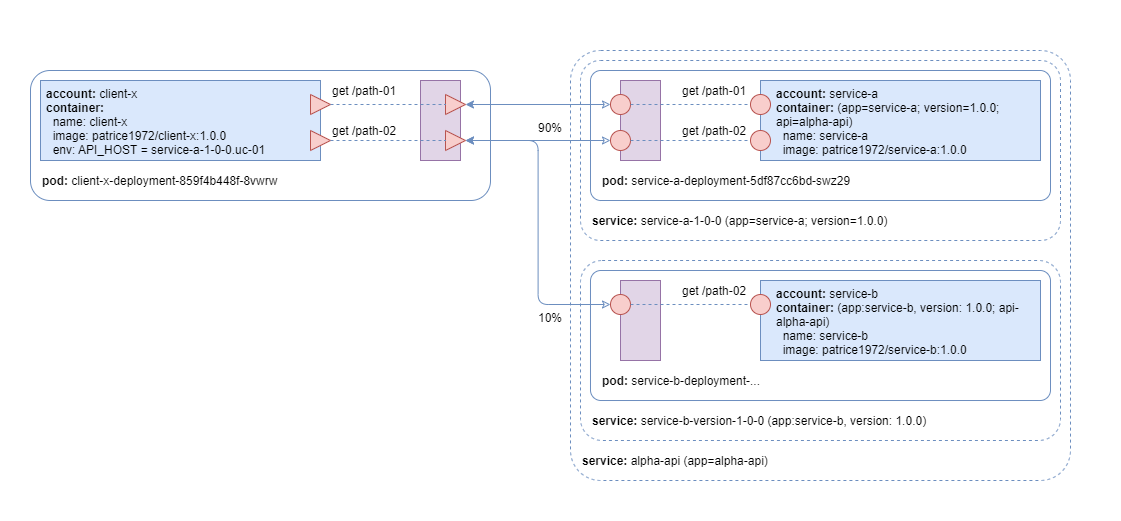
patricekrakow/service-mesh-use-cases keeps this draw.io diagram as uc-01.02.fig-03.png. Above is the earlier version. Source tidied: cells renumbered, new cells last; positions are measured from the earlier drawing's top-left corner, leaving out a move shared by most shapes. Source of this version:
```xml
<mxGraphModel>
  <root>
    <mxCell id="0" />
    <mxCell id="1" parent="0" />
    <mxCell id="2" style="rounded=0;whiteSpace=wrap;html=1;fillColor=none;strokeColor=none;" parent="1" vertex="1">
      <mxGeometry width="1120" height="520" as="geometry" />
    </mxCell>
    <mxCell id="3" style="rounded=1;whiteSpace=wrap;html=1;strokeColor=#6c8ebf;fillColor=none;dashed=1;arcSize=7;" parent="1" vertex="1">
      <mxGeometry x="570" y="50" width="500" height="430" as="geometry" />
    </mxCell>
    <mxCell id="4" style="rounded=1;whiteSpace=wrap;html=1;strokeColor=#6c8ebf;fillColor=none;dashed=1;arcSize=12;" parent="1" vertex="1">
      <mxGeometry x="580" y="260" width="480" height="180" as="geometry" />
    </mxCell>
    <mxCell id="5" style="rounded=1;whiteSpace=wrap;html=1;strokeColor=#6c8ebf;fillColor=none;arcSize=8;" parent="1" vertex="1">
      <mxGeometry x="590" y="270" width="460" height="130" as="geometry" />
    </mxCell>
    <mxCell id="6" value="&lt;blockquote style=&quot;margin: 0 0 0 40px ; border: none ; padding: 0px&quot;&gt;&lt;/blockquote&gt;&lt;b&gt;account:&lt;/b&gt;&amp;nbsp;service-b&lt;br&gt;&lt;b&gt;container:&lt;/b&gt;&amp;nbsp;(app:service-b, version: 1.0.0; api-alpha-api)&lt;br&gt;&amp;nbsp; name: service-b&lt;br&gt;&lt;blockquote style=&quot;margin: 0 0 0 40px ; border: none ; padding: 0px&quot;&gt;&lt;/blockquote&gt;&amp;nbsp; image:&amp;nbsp;patrice1972/service-b:1.0.0" style="rounded=0;whiteSpace=wrap;html=1;fillColor=#dae8fc;strokeColor=#6c8ebf;align=left;labelPosition=center;verticalLabelPosition=middle;verticalAlign=top;spacingLeft=14;" parent="1" vertex="1">
      <mxGeometry x="760" y="280" width="280" height="80" as="geometry" />
    </mxCell>
    <mxCell id="7" value="get /path-02" style="text;html=1;strokeColor=none;fillColor=none;align=left;verticalAlign=middle;whiteSpace=wrap;rounded=0;dashed=1;" parent="1" vertex="1">
      <mxGeometry x="680" y="280" width="80" height="20" as="geometry" />
    </mxCell>
    <mxCell id="8" style="ellipse;whiteSpace=wrap;html=1;fillColor=#f8cecc;strokeColor=#b85450;" parent="1" vertex="1">
      <mxGeometry x="750" y="294" width="20" height="20" as="geometry" />
    </mxCell>
    <mxCell id="9" style="rounded=0;whiteSpace=wrap;html=1;fillColor=#e1d5e7;strokeColor=#9673a6;" parent="1" vertex="1">
      <mxGeometry x="620" y="280" width="40" height="80" as="geometry" />
    </mxCell>
    <mxCell id="10" style="ellipse;whiteSpace=wrap;html=1;fillColor=#f8cecc;strokeColor=#b85450;" parent="1" vertex="1">
      <mxGeometry x="610" y="294" width="20" height="20" as="geometry" />
    </mxCell>
    <mxCell id="11" style="endArrow=none;html=1;fillColor=#dae8fc;strokeColor=#6c8ebf;dashed=1;exitX=1;exitY=0.5;exitDx=0;exitDy=0;entryX=0;entryY=0.5;entryDx=0;entryDy=0;" parent="1" edge="1" source="10" target="8">
      <mxGeometry relative="1" as="geometry" />
    </mxCell>
    <mxCell id="12" value="&lt;b&gt;pod:&lt;/b&gt;&amp;nbsp;service-b-deployment-..." style="text;html=1;strokeColor=none;fillColor=none;align=left;verticalAlign=middle;whiteSpace=wrap;rounded=0;dashed=1;" parent="1" vertex="1">
      <mxGeometry x="600" y="370" width="280" height="20" as="geometry" />
    </mxCell>
    <mxCell id="13" value="&lt;b&gt;service:&lt;/b&gt;&amp;nbsp;service-b-version-1-0-0 (app:service-b, version: 1.0.0)" style="text;html=1;strokeColor=none;fillColor=none;align=left;verticalAlign=middle;whiteSpace=wrap;rounded=0;dashed=1;" parent="1" vertex="1">
      <mxGeometry x="590" y="410" width="370" height="20" as="geometry" />
    </mxCell>
    <mxCell id="14" style="rounded=0;whiteSpace=wrap;html=1;fillColor=#e1d5e7;strokeColor=#9673a6;" parent="1" vertex="1">
      <mxGeometry x="420" y="80" width="40" height="80" as="geometry" />
    </mxCell>
    <mxCell id="15" style="rounded=1;whiteSpace=wrap;html=1;strokeColor=#6c8ebf;fillColor=none;" parent="1" vertex="1">
      <mxGeometry x="30" y="70" width="460" height="130" as="geometry" />
    </mxCell>
    <mxCell id="16" value="&lt;b&gt;account:&lt;/b&gt;&amp;nbsp;client-x&lt;br&gt;&lt;b&gt;container:&lt;/b&gt;&lt;br&gt;&amp;nbsp; name: client-x&lt;br&gt;&lt;blockquote style=&quot;margin: 0px 0px 0px 40px ; border: none ; padding: 0px&quot;&gt;&lt;/blockquote&gt;&amp;nbsp; image:&amp;nbsp;patrice1972/client-x:1.0.0&lt;br&gt;&amp;nbsp; env:&amp;nbsp;API_HOST = service-a-1-0-0.uc-01&lt;blockquote style=&quot;margin: 0 0 0 40px ; border: none ; padding: 0px&quot;&gt;&lt;/blockquote&gt;" style="rounded=0;whiteSpace=wrap;html=1;fillColor=#dae8fc;strokeColor=#6c8ebf;align=left;labelPosition=center;verticalLabelPosition=middle;verticalAlign=top;spacingLeft=4;" parent="1" vertex="1">
      <mxGeometry x="40" y="80" width="280" height="80" as="geometry" />
    </mxCell>
    <mxCell id="17" style="triangle;whiteSpace=wrap;html=1;fillColor=#f8cecc;strokeColor=#b85450;" parent="1" vertex="1">
      <mxGeometry x="310" y="94" width="20" height="20" as="geometry" />
    </mxCell>
    <mxCell id="18" style="triangle;whiteSpace=wrap;html=1;fillColor=#f8cecc;strokeColor=#b85450;" parent="1" vertex="1">
      <mxGeometry x="310" y="130" width="20" height="20" as="geometry" />
    </mxCell>
    <mxCell id="19" value="get /path-01" style="text;html=1;strokeColor=none;fillColor=none;align=left;verticalAlign=middle;whiteSpace=wrap;rounded=0;dashed=1;" parent="1" vertex="1">
      <mxGeometry x="330" y="80" width="80" height="20" as="geometry" />
    </mxCell>
    <mxCell id="20" value="get /path-02" style="text;html=1;strokeColor=none;fillColor=none;align=left;verticalAlign=middle;whiteSpace=wrap;rounded=0;dashed=1;" parent="1" vertex="1">
      <mxGeometry x="330" y="120" width="80" height="20" as="geometry" />
    </mxCell>
    <mxCell id="21" style="triangle;whiteSpace=wrap;html=1;fillColor=#f8cecc;strokeColor=#b85450;" parent="1" vertex="1">
      <mxGeometry x="445" y="130" width="20" height="20" as="geometry" />
    </mxCell>
    <mxCell id="22" value="&lt;b&gt;pod:&lt;/b&gt;&amp;nbsp;client-x-deployment-859f4b448f-8vwrw" style="text;html=1;strokeColor=none;fillColor=none;align=left;verticalAlign=middle;whiteSpace=wrap;rounded=0;dashed=1;" parent="1" vertex="1">
      <mxGeometry x="40" y="170" width="280" height="20" as="geometry" />
    </mxCell>
    <mxCell id="23" style="rounded=1;whiteSpace=wrap;html=1;strokeColor=#6c8ebf;fillColor=none;dashed=1;arcSize=11;" parent="1" vertex="1">
      <mxGeometry x="580" y="60" width="480" height="180" as="geometry" />
    </mxCell>
    <mxCell id="24" style="rounded=1;whiteSpace=wrap;html=1;strokeColor=#6c8ebf;fillColor=none;arcSize=8;" parent="1" vertex="1">
      <mxGeometry x="590" y="70" width="460" height="130" as="geometry" />
    </mxCell>
    <mxCell id="25" value="&lt;b&gt;account:&lt;/b&gt;&amp;nbsp;service-a&lt;br&gt;&lt;b&gt;container:&amp;nbsp;&lt;/b&gt;(app=service-a; version=1.0.0; api=alpha-api)&lt;br&gt;&amp;nbsp; name: service-a&lt;br&gt;&lt;blockquote style=&quot;margin: 0px 0px 0px 40px ; border: none ; padding: 0px&quot;&gt;&lt;/blockquote&gt;&amp;nbsp; image:&amp;nbsp;patrice1972/service-a:1.0.0&lt;br&gt;&lt;blockquote style=&quot;margin: 0 0 0 40px ; border: none ; padding: 0px&quot;&gt;&lt;/blockquote&gt;" style="rounded=0;whiteSpace=wrap;html=1;fillColor=#dae8fc;strokeColor=#6c8ebf;align=left;labelPosition=center;verticalLabelPosition=middle;verticalAlign=top;spacingLeft=14;" parent="1" vertex="1">
      <mxGeometry x="760" y="80" width="280" height="80" as="geometry" />
    </mxCell>
    <mxCell id="26" value="get /path-01" style="text;html=1;strokeColor=none;fillColor=none;align=left;verticalAlign=middle;whiteSpace=wrap;rounded=0;dashed=1;" parent="1" vertex="1">
      <mxGeometry x="680" y="80" width="80" height="20" as="geometry" />
    </mxCell>
    <mxCell id="27" value="get /path-02" style="text;html=1;strokeColor=none;fillColor=none;align=left;verticalAlign=middle;whiteSpace=wrap;rounded=0;dashed=1;" parent="1" vertex="1">
      <mxGeometry x="680" y="120" width="80" height="20" as="geometry" />
    </mxCell>
    <mxCell id="28" value="&lt;b&gt;pod:&lt;/b&gt;&amp;nbsp;service-a-deployment-5df87cc6bd-swz29" style="text;html=1;strokeColor=none;fillColor=none;align=left;verticalAlign=middle;whiteSpace=wrap;rounded=0;dashed=1;" parent="1" vertex="1">
      <mxGeometry x="600" y="170" width="280" height="20" as="geometry" />
    </mxCell>
    <mxCell id="29" value="&lt;b&gt;service:&lt;/b&gt;&amp;nbsp;service-a-1-0-0 (app=service-a; version=1.0.0)" style="text;html=1;strokeColor=none;fillColor=none;align=left;verticalAlign=middle;whiteSpace=wrap;rounded=0;dashed=1;" parent="1" vertex="1">
      <mxGeometry x="590" y="210" width="370" height="20" as="geometry" />
    </mxCell>
    <mxCell id="30" style="ellipse;whiteSpace=wrap;html=1;fillColor=#f8cecc;strokeColor=#b85450;" parent="1" vertex="1">
      <mxGeometry x="750" y="94" width="20" height="20" as="geometry" />
    </mxCell>
    <mxCell id="31" style="ellipse;whiteSpace=wrap;html=1;fillColor=#f8cecc;strokeColor=#b85450;" parent="1" vertex="1">
      <mxGeometry x="750" y="130" width="20" height="20" as="geometry" />
    </mxCell>
    <mxCell id="32" style="rounded=0;whiteSpace=wrap;html=1;fillColor=#e1d5e7;strokeColor=#9673a6;" parent="1" vertex="1">
      <mxGeometry x="620" y="80" width="40" height="80" as="geometry" />
    </mxCell>
    <mxCell id="33" style="ellipse;whiteSpace=wrap;html=1;fillColor=#f8cecc;strokeColor=#b85450;" parent="1" vertex="1">
      <mxGeometry x="610" y="94" width="20" height="20" as="geometry" />
    </mxCell>
    <mxCell id="34" style="ellipse;whiteSpace=wrap;html=1;fillColor=#f8cecc;strokeColor=#b85450;" parent="1" vertex="1">
      <mxGeometry x="610" y="130" width="20" height="20" as="geometry" />
    </mxCell>
    <mxCell id="35" style="endArrow=classic;startArrow=classic;html=1;fillColor=#dae8fc;strokeColor=#6c8ebf;exitX=1;exitY=0.5;exitDx=0;exitDy=0;entryX=0;entryY=0.5;entryDx=0;entryDy=0;endFill=0;" parent="1" edge="1" source="36" target="33">
      <mxGeometry relative="1" as="geometry" />
    </mxCell>
    <mxCell id="36" style="triangle;whiteSpace=wrap;html=1;fillColor=#f8cecc;strokeColor=#b85450;" parent="1" vertex="1">
      <mxGeometry x="445" y="94" width="20" height="20" as="geometry" />
    </mxCell>
    <mxCell id="37" style="endArrow=classic;startArrow=classic;html=1;fillColor=#dae8fc;strokeColor=#6c8ebf;exitX=1;exitY=0.5;exitDx=0;exitDy=0;entryX=0;entryY=0.5;entryDx=0;entryDy=0;endFill=0;" parent="1" edge="1" source="21" target="34">
      <mxGeometry relative="1" as="geometry" />
    </mxCell>
    <mxCell id="38" style="endArrow=none;html=1;fillColor=#dae8fc;strokeColor=#6c8ebf;dashed=1;exitX=1;exitY=0.5;exitDx=0;exitDy=0;entryX=0;entryY=0.5;entryDx=0;entryDy=0;" parent="1" edge="1" source="17" target="36">
      <mxGeometry relative="1" as="geometry" />
    </mxCell>
    <mxCell id="39" style="endArrow=none;html=1;fillColor=#dae8fc;strokeColor=#6c8ebf;dashed=1;exitX=0;exitY=1;exitDx=0;exitDy=0;entryX=0;entryY=0.5;entryDx=0;entryDy=0;" parent="1" edge="1" source="20" target="21">
      <mxGeometry relative="1" as="geometry" />
    </mxCell>
    <mxCell id="40" style="endArrow=none;html=1;fillColor=#dae8fc;strokeColor=#6c8ebf;dashed=1;exitX=1;exitY=0.5;exitDx=0;exitDy=0;entryX=0;entryY=0.5;entryDx=0;entryDy=0;" parent="1" edge="1" source="33" target="30">
      <mxGeometry relative="1" as="geometry" />
    </mxCell>
    <mxCell id="41" style="endArrow=none;html=1;fillColor=#dae8fc;strokeColor=#6c8ebf;dashed=1;exitX=1;exitY=0.5;exitDx=0;exitDy=0;entryX=0;entryY=0.5;entryDx=0;entryDy=0;" parent="1" edge="1" source="34" target="31">
      <mxGeometry relative="1" as="geometry" />
    </mxCell>
    <mxCell id="42" value="&lt;b&gt;service:&lt;/b&gt;&amp;nbsp;alpha-api (app=alpha-api)" style="text;html=1;strokeColor=none;fillColor=none;align=left;verticalAlign=middle;whiteSpace=wrap;rounded=0;dashed=1;" parent="1" vertex="1">
      <mxGeometry x="580" y="450" width="370" height="20" as="geometry" />
    </mxCell>
    <mxCell id="43" style="endArrow=classic;startArrow=classic;html=1;fillColor=#dae8fc;strokeColor=#6c8ebf;exitX=1;exitY=0.5;exitDx=0;exitDy=0;entryX=0;entryY=0.5;entryDx=0;entryDy=0;endFill=0;edgeStyle=orthogonalEdgeStyle;" parent="1" edge="1" source="21" target="10">
      <mxGeometry relative="1" as="geometry" />
    </mxCell>
    <mxCell id="44" value="90%" style="text;html=1;strokeColor=none;fillColor=none;align=center;verticalAlign=middle;whiteSpace=wrap;rounded=0;" parent="1" vertex="1">
      <mxGeometry x="530" y="117" width="40" height="20" as="geometry" />
    </mxCell>
    <mxCell id="45" value="10%" style="text;html=1;strokeColor=none;fillColor=none;align=center;verticalAlign=middle;whiteSpace=wrap;rounded=0;" parent="1" vertex="1">
      <mxGeometry x="530" y="307" width="40" height="20" as="geometry" />
    </mxCell>
  </root>
</mxGraphModel>
```
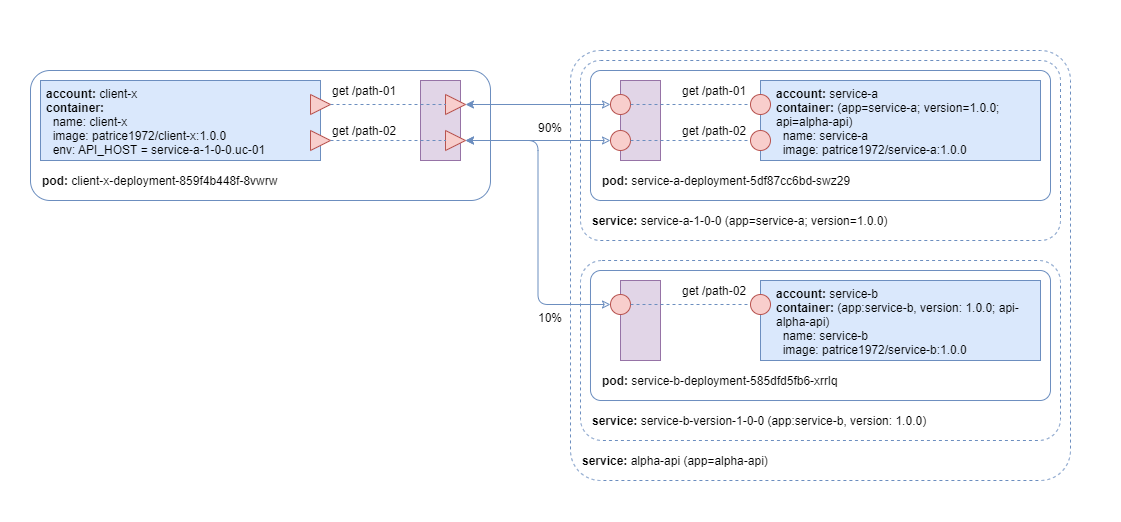
After the commit.

Commit message:
FIX: fig 03 missing pod name for service-b

Diff of the diagram source:
```diff
@@ -32,7 +32,7 @@
     <mxCell id="11" style="endArrow=none;html=1;fillColor=#dae8fc;strokeColor=#6c8ebf;dashed=1;exitX=1;exitY=0.5;exitDx=0;exitDy=0;entryX=0;entryY=0.5;entryDx=0;entryDy=0;" parent="1" edge="1" source="10" target="8">
       <mxGeometry relative="1" as="geometry" />
     </mxCell>
-    <mxCell id="12" value="&lt;b&gt;pod:&lt;/b&gt;&amp;nbsp;service-b-deployment-..." style="text;html=1;strokeColor=none;fillColor=none;align=left;verticalAlign=middle;whiteSpace=wrap;rounded=0;dashed=1;" parent="1" vertex="1">
+    <mxCell id="12" value="&lt;b&gt;pod:&lt;/b&gt;&amp;nbsp;service-b-deployment-585dfd5fb6-xrrlq" style="text;html=1;strokeColor=none;fillColor=none;align=left;verticalAlign=middle;whiteSpace=wrap;rounded=0;dashed=1;" parent="1" vertex="1">
       <mxGeometry x="600" y="370" width="280" height="20" as="geometry" />
     </mxCell>
     <mxCell id="13" value="&lt;b&gt;service:&lt;/b&gt;&amp;nbsp;service-b-version-1-0-0 (app:service-b, version: 1.0.0)" style="text;html=1;strokeColor=none;fillColor=none;align=left;verticalAlign=middle;whiteSpace=wrap;rounded=0;dashed=1;" parent="1" vertex="1">
```
